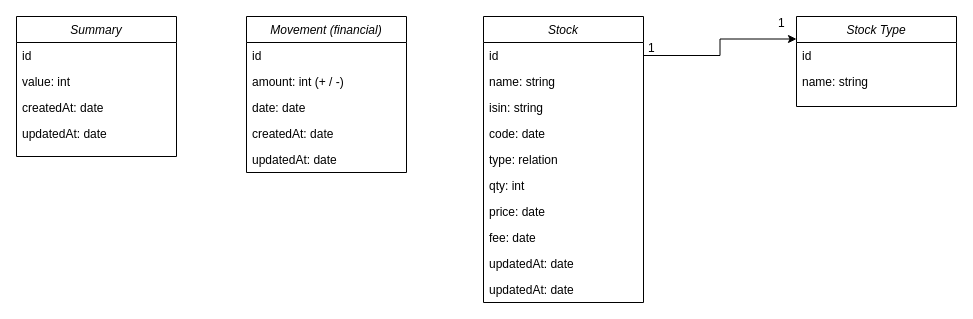
thomas-claireau/stockreport keeps this draw.io diagram as StockReport.drawio. Above is the earlier version. Source tidied: cells renumbered, new cells numbered last; positions are measured from the earlier drawing's top-left corner, leaving out a move shared by most shapes. Both pictures are drawn from the tidied source at 100%, with x=0, y=0 at pixel (16, 16).
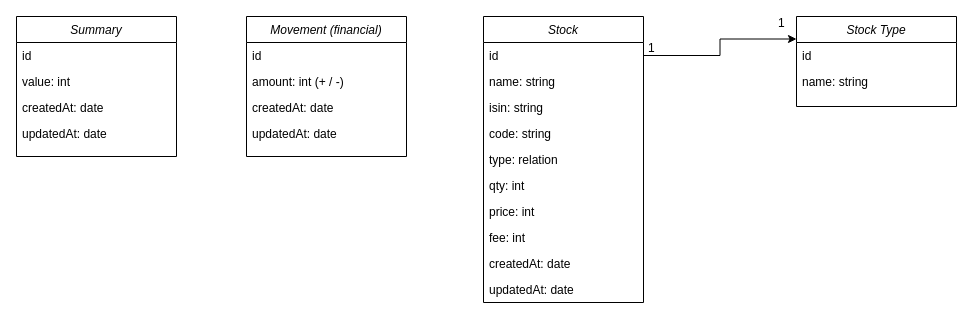
The same diagram, later.

Commit message:
update stock report diagram

The change refers to these unchanged cells:
```xml
<mxCell id="13" value="Stock" style="swimlane;fontStyle=2;align=center;verticalAlign=top;horizontal=1;startSize=26;rounded=0;shadow=0;strokeWidth=1;" parent="1" vertex="1">
  <mxGeometry x="467" width="160" height="286" as="geometry" />
</mxCell>
```

What changed in the source:
```diff
@@
     <mxCell id="7" value="Movement (financial)" style="swimlane;fontStyle=2;align=center;verticalAlign=top;horizontal=1;startSize=26;rounded=0;shadow=0;strokeWidth=1;" parent="1" vertex="1">
-      <mxGeometry x="230" width="160" height="156" as="geometry" />
+      <mxGeometry x="230" width="160" height="140" as="geometry" />
     </mxCell>
@@
-    <mxCell id="10" value="date: date" style="text;align=left;verticalAlign=top;spacingLeft=4;spacingRight=4;overflow=hidden;rounded=0;shadow=0;html=0;" parent="7" vertex="1">
-      <mxGeometry y="78" width="160" height="26" as="geometry" />
-    </mxCell>
     <mxCell id="11" value="createdAt: date" style="text;align=left;verticalAlign=top;spacingLeft=4;spacingRight=4;overflow=hidden;rounded=0;shadow=0;html=0;" parent="7" vertex="1">
-      <mxGeometry y="104" width="160" height="26" as="geometry" />
+      <mxGeometry y="78" width="160" height="26" as="geometry" />
     </mxCell>
     <mxCell id="12" value="updatedAt: date" style="text;align=left;verticalAlign=top;spacingLeft=4;spacingRight=4;overflow=hidden;rounded=0;shadow=0;html=0;" parent="7" vertex="1">
-      <mxGeometry y="130" width="160" height="26" as="geometry" />
+      <mxGeometry y="104" width="160" height="26" as="geometry" />
     </mxCell>
@@
-    <mxCell id="17" value="code: date" style="text;align=left;verticalAlign=top;spacingLeft=4;spacingRight=4;overflow=hidden;rounded=0;shadow=0;html=0;" parent="13" vertex="1">
+    <mxCell id="17" value="code: string" style="text;align=left;verticalAlign=top;spacingLeft=4;spacingRight=4;overflow=hidden;rounded=0;shadow=0;html=0;" parent="13" vertex="1">
       <mxGeometry y="104" width="160" height="26" as="geometry" />
     </mxCell>
@@
-    <mxCell id="20" value="price: date" style="text;align=left;verticalAlign=top;spacingLeft=4;spacingRight=4;overflow=hidden;rounded=0;shadow=0;html=0;" parent="13" vertex="1">
+    <mxCell id="20" value="price: int" style="text;align=left;verticalAlign=top;spacingLeft=4;spacingRight=4;overflow=hidden;rounded=0;shadow=0;html=0;" parent="13" vertex="1">
       <mxGeometry y="182" width="160" height="26" as="geometry" />
     </mxCell>
-    <mxCell id="21" value="fee: date" style="text;align=left;verticalAlign=top;spacingLeft=4;spacingRight=4;overflow=hidden;rounded=0;shadow=0;html=0;" parent="13" vertex="1">
+    <mxCell id="21" value="fee: int" style="text;align=left;verticalAlign=top;spacingLeft=4;spacingRight=4;overflow=hidden;rounded=0;shadow=0;html=0;" parent="13" vertex="1">
       <mxGeometry y="208" width="160" height="26" as="geometry" />
     </mxCell>
-    <mxCell id="22" value="updatedAt: date" style="text;align=left;verticalAlign=top;spacingLeft=4;spacingRight=4;overflow=hidden;rounded=0;shadow=0;html=0;" parent="13" vertex="1">
+    <mxCell id="22" value="createdAt: date" style="text;align=left;verticalAlign=top;spacingLeft=4;spacingRight=4;overflow=hidden;rounded=0;shadow=0;html=0;" parent="13" vertex="1">
       <mxGeometry y="234" width="160" height="26" as="geometry" />
     </mxCell>
```
